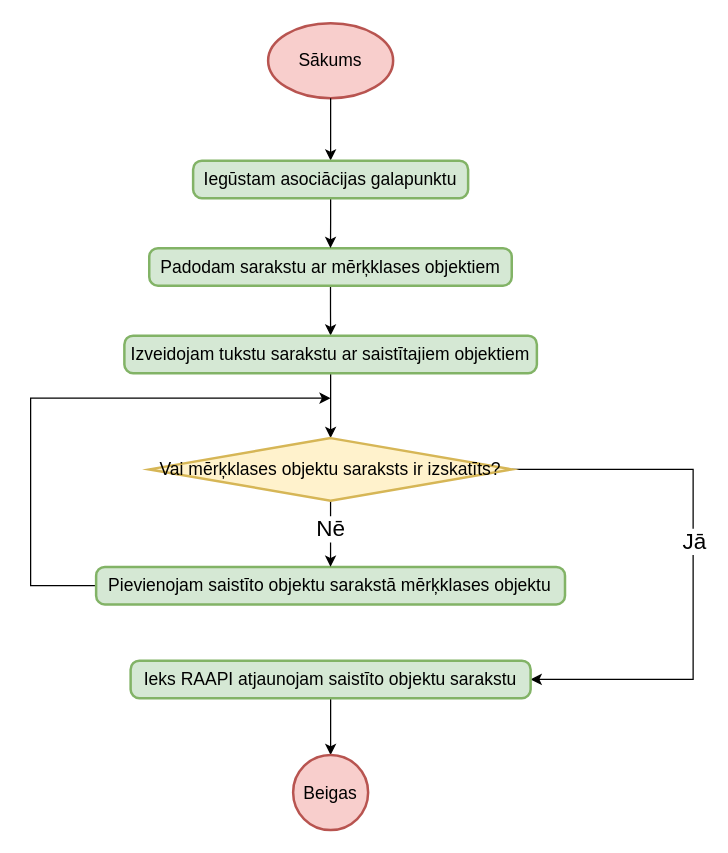
Before: page "Asociācijas uzstādīšana" (5 of 6) of src/Qualification project/Documentation/Diagrammas/Ģenerētais kods.drawio in artiks12/webAppOS, a draw.io diagram. Source tidied: cells renumbered, new cells numbered last; positions are measured from the earlier drawing's top-left corner, leaving out a move shared by most shapes. Both pictures are drawn from the tidied source at 125%, with x=0, y=0 at pixel (30, 22).
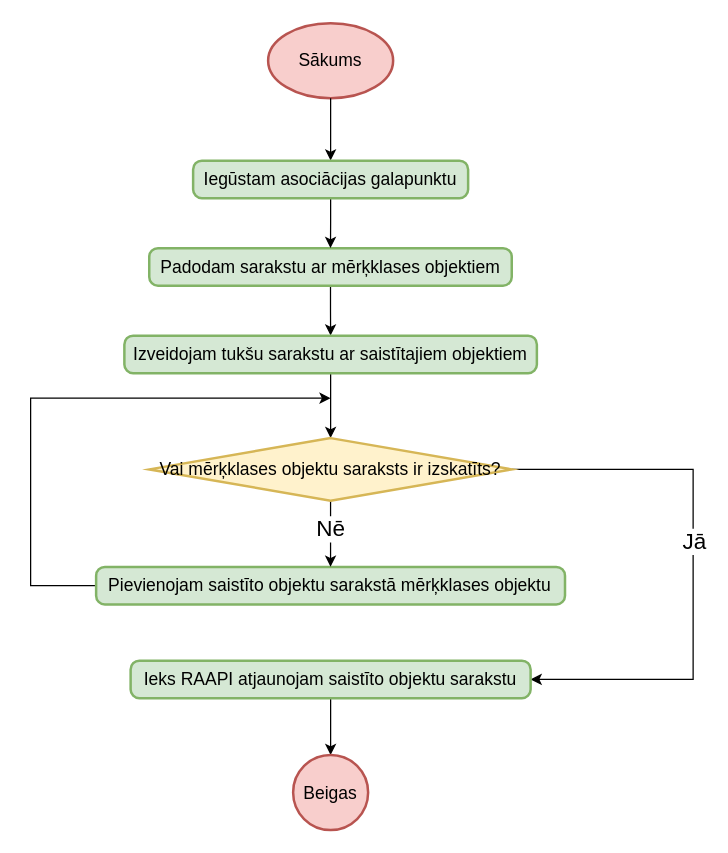
After the change.

Change to the diagram source:
```diff
@@
-    <mxCell id="5" value="Izveidojam tukstu sarakstu ar saistītajiem objektiem" style="rounded=1;whiteSpace=wrap;html=1;absoluteArcSize=1;arcSize=14;strokeWidth=2;fontSize=14;fillColor=#d5e8d4;strokeColor=#82b366;" parent="1" vertex="1">
+    <mxCell id="5" value="Izveidojam tukšu sarakstu ar saistītajiem objektiem" style="rounded=1;whiteSpace=wrap;html=1;absoluteArcSize=1;arcSize=14;strokeWidth=2;fontSize=14;fillColor=#d5e8d4;strokeColor=#82b366;" parent="1" vertex="1">
       <mxGeometry x="75" y="250" width="330" height="30" as="geometry" />
     </mxCell>
```
